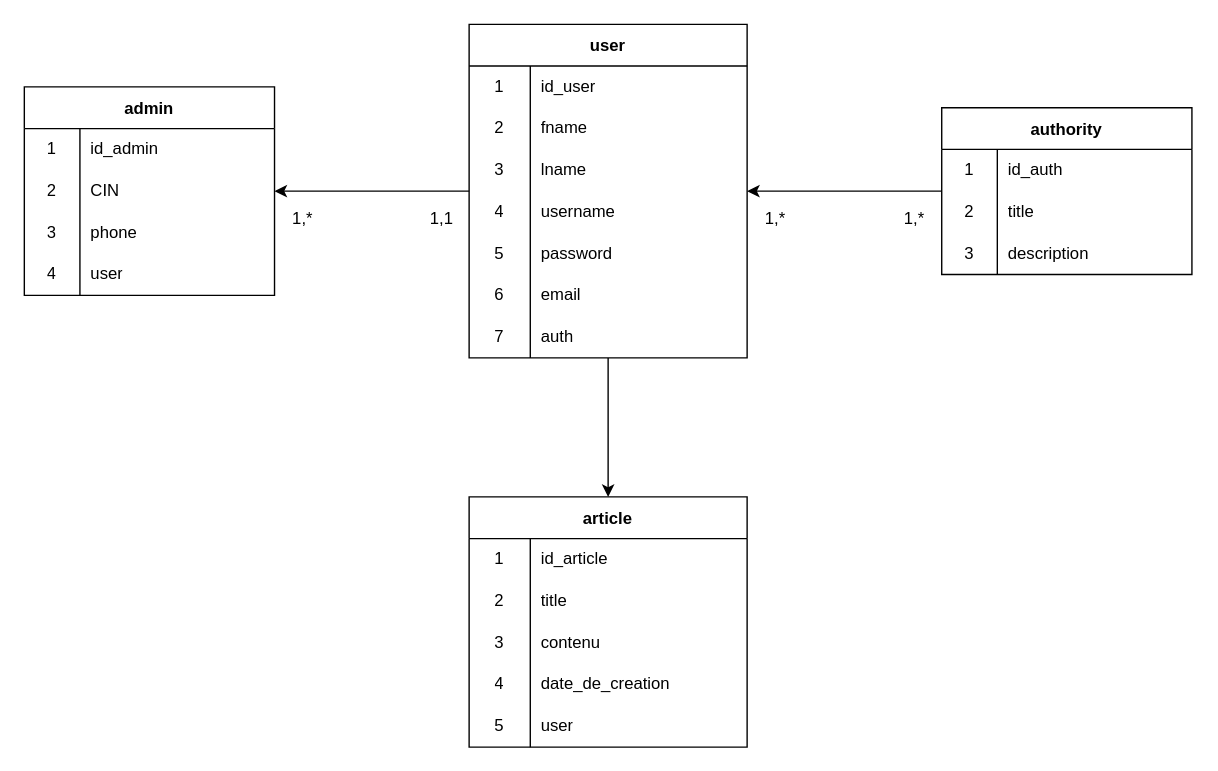
The draw.io diagram uml.drawio in elkhailihamza/ArticleManager, before the edit. Source tidied: cells renumbered, new cells numbered last; positions are measured from the earlier drawing's top-left corner, leaving out a move shared by most shapes. Both pictures are drawn from the tidied source at 139%, with x=0, y=0 at pixel (24, 24).
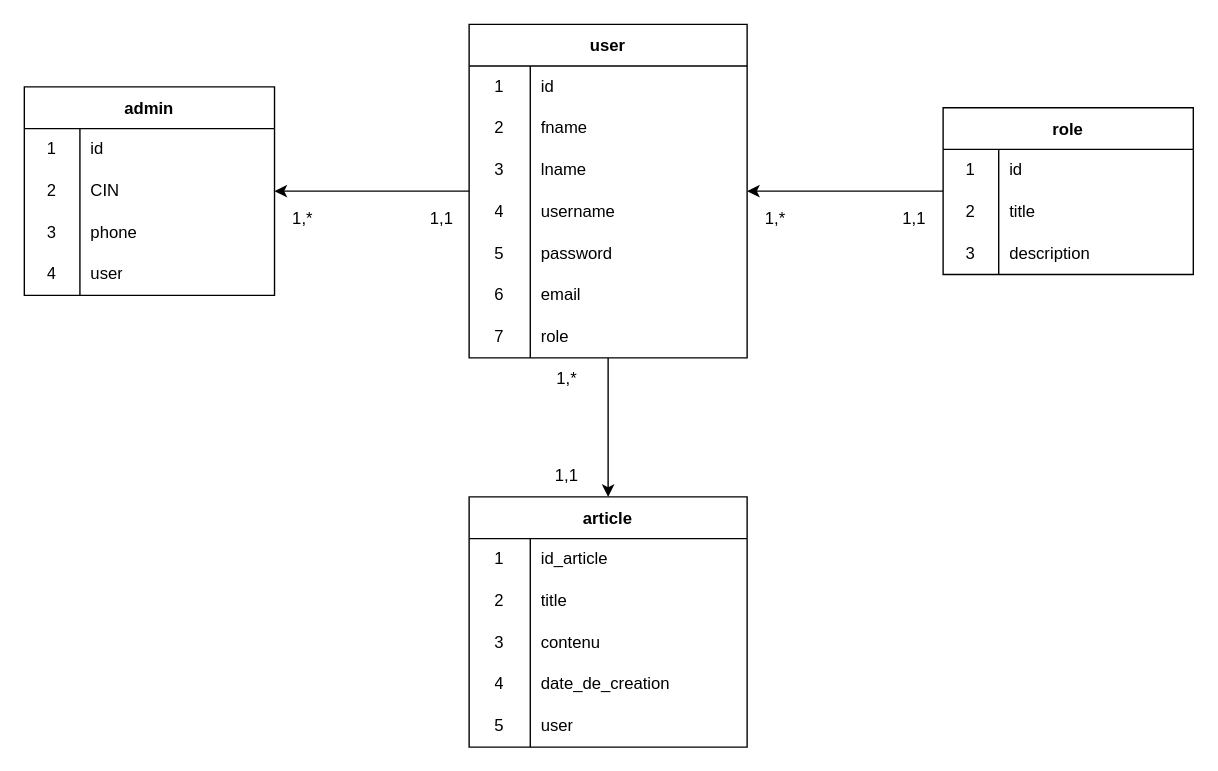
The same page after the edit.

The change refers to these unchanged cells:
```xml
<mxCell id="3" style="shape=tableRow;horizontal=0;startSize=0;swimlaneHead=0;swimlaneBody=0;top=0;left=0;bottom=0;right=0;fillColor=none;" parent="2" vertex="1">
  <mxGeometry y="30" width="200" height="30" as="geometry" />
</mxCell>
<mxCell id="21" style="shape=tableRow;horizontal=0;startSize=0;swimlaneHead=0;swimlaneBody=0;top=0;left=0;bottom=0;right=0;fillColor=none;" parent="2" vertex="1">
  <mxGeometry y="210" width="200" height="30" as="geometry" />
</mxCell>
<mxCell id="25" style="shape=tableRow;horizontal=0;startSize=0;swimlaneHead=0;swimlaneBody=0;top=0;left=0;bottom=0;right=0;fillColor=none;" parent="24" vertex="1">
  <mxGeometry y="30" width="180" height="30" as="geometry" />
</mxCell>
<mxCell id="54" style="shape=tableRow;horizontal=0;startSize=0;swimlaneHead=0;swimlaneBody=0;top=0;left=0;bottom=0;right=0;fillColor=none;" parent="53" vertex="1">
  <mxGeometry y="30" width="180" height="30" as="geometry" />
</mxCell>
```

What changed in the source:
```diff
@@
-    <mxCell id="5" value="id_user" style="shape=partialRectangle;html=1;whiteSpace=wrap;fillColor=none;top=0;left=0;bottom=0;right=0;align=left;spacingLeft=6;overflow=hidden;" parent="3" vertex="1">
+    <mxCell id="5" value="id" style="shape=partialRectangle;html=1;whiteSpace=wrap;fillColor=none;top=0;left=0;bottom=0;right=0;align=left;spacingLeft=6;overflow=hidden;" parent="3" vertex="1">
       <mxGeometry x="44" width="156" height="30" as="geometry" />
     </mxCell>
@@
-    <mxCell id="23" value="auth" style="shape=partialRectangle;html=1;whiteSpace=wrap;fillColor=none;top=0;left=0;bottom=0;right=0;align=left;spacingLeft=6;overflow=hidden;" parent="21" vertex="1">
+    <mxCell id="23" value="role" style="shape=partialRectangle;html=1;whiteSpace=wrap;fillColor=none;top=0;left=0;bottom=0;right=0;align=left;spacingLeft=6;overflow=hidden;" parent="21" vertex="1">
       <mxGeometry x="44" width="156" height="30" as="geometry" />
     </mxCell>
-    <mxCell id="24" value="authority" style="shape=table;startSize=30;childLayout=tableLayout;rowLines=0;fontStyle=1;" parent="1" vertex="1">
-      <mxGeometry x="660" y="60" width="180" height="120" as="geometry" />
+    <mxCell id="24" value="role" style="shape=table;startSize=30;childLayout=tableLayout;rowLines=0;fontStyle=1;" parent="1" vertex="1">
+      <mxGeometry x="661" y="60" width="180" height="120" as="geometry" />
     </mxCell>
@@
-    <mxCell id="27" value="id_auth" style="shape=partialRectangle;html=1;whiteSpace=wrap;fillColor=none;top=0;left=0;bottom=0;right=0;align=left;spacingLeft=6;overflow=hidden;" parent="25" vertex="1">
+    <mxCell id="27" value="id" style="shape=partialRectangle;html=1;whiteSpace=wrap;fillColor=none;top=0;left=0;bottom=0;right=0;align=left;spacingLeft=6;overflow=hidden;" parent="25" vertex="1">
       <mxGeometry x="40" width="140" height="30" as="geometry" />
     </mxCell>
@@
-    <mxCell id="52" value="1,*" style="text;html=1;align=center;verticalAlign=middle;strokeColor=none;fillColor=none;" parent="1" vertex="1">
+    <mxCell id="52" value="1,1" style="text;html=1;align=center;verticalAlign=middle;strokeColor=none;fillColor=none;" parent="1" vertex="1">
       <mxGeometry x="620" y="125" width="40" height="30" as="geometry" />
     </mxCell>
@@
-    <mxCell id="56" value="id_admin" style="shape=partialRectangle;html=1;whiteSpace=wrap;fillColor=none;top=0;left=0;bottom=0;right=0;align=left;spacingLeft=6;overflow=hidden;" parent="54" vertex="1">
+    <mxCell id="56" value="id" style="shape=partialRectangle;html=1;whiteSpace=wrap;fillColor=none;top=0;left=0;bottom=0;right=0;align=left;spacingLeft=6;overflow=hidden;" parent="54" vertex="1">
       <mxGeometry x="40" width="140" height="30" as="geometry" />
     </mxCell>
@@
+    <mxCell id="70" value="1,*" style="text;html=1;align=center;verticalAlign=middle;strokeColor=none;fillColor=none;" parent="1" vertex="1">
+      <mxGeometry x="370" y="240" width="40" height="30" as="geometry" />
+    </mxCell>
+    <mxCell id="71" value="1,1" style="text;html=1;align=center;verticalAlign=middle;strokeColor=none;fillColor=none;" parent="1" vertex="1">
+      <mxGeometry x="370" y="310" width="40" height="30" as="geometry" />
+    </mxCell>
```
